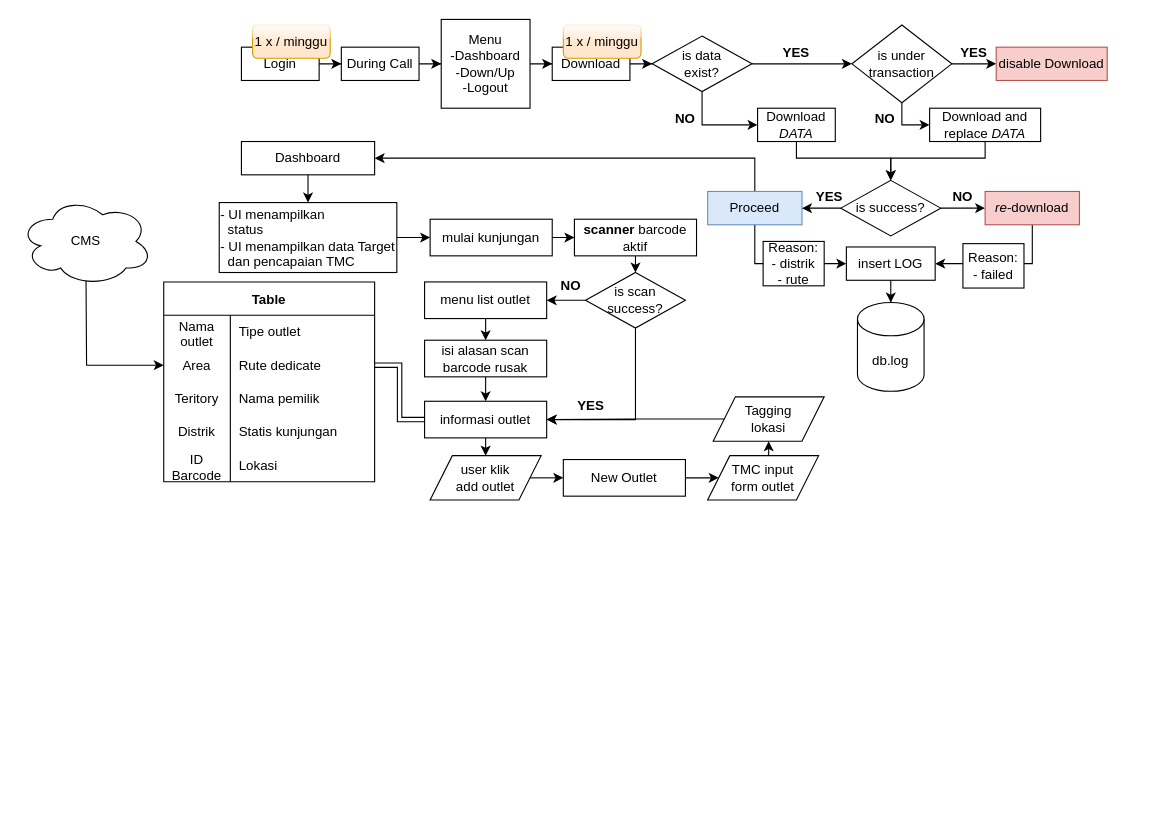
Before: Diagram Salesmanship.drawio in josua245/Maple, a draw.io diagram. Source tidied: cells renumbered, new cells numbered last; positions are measured from the earlier drawing's top-left corner, leaving out a move shared by most shapes. Both pictures are drawn from the tidied source at 111%, with x=0, y=0 at pixel (19, 19).
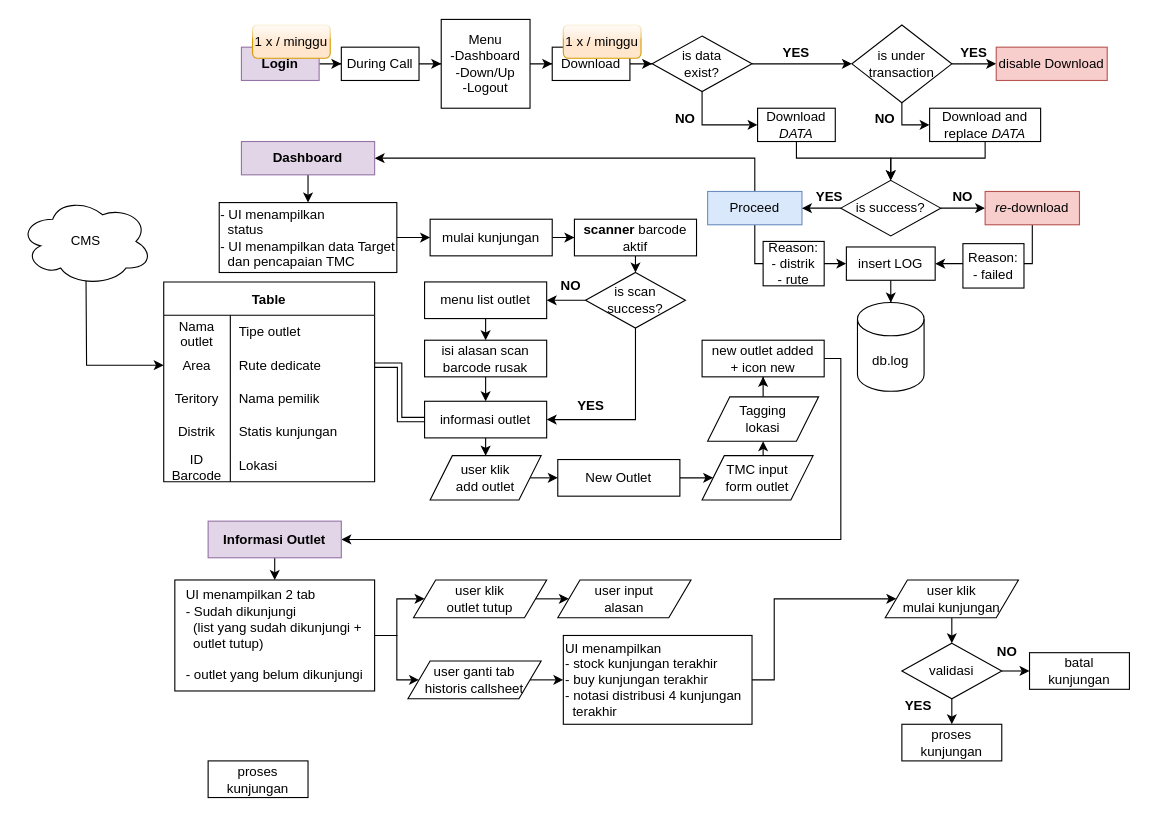
Above is the later version.

Unchanged cells that the change refers to:
```xml
<mxCell id="52" value="&lt;div style=&quot;&quot;&gt;informasi outlet&lt;/div&gt;" style="rounded=0;whiteSpace=wrap;html=1;glass=0;align=center;" parent="1" vertex="1">
  <mxGeometry x="365" y="344" width="110" height="33" as="geometry" />
</mxCell>
```

The edit, as a diff of the source:
```diff
@@
-    <mxCell id="3" value="Login" style="rounded=0;whiteSpace=wrap;html=1;" parent="1" vertex="1">
+    <mxCell id="3" value="Login" style="rounded=0;whiteSpace=wrap;html=1;fillColor=#e1d5e7;strokeColor=#9673a6;fontStyle=1;" parent="1" vertex="1">
       <mxGeometry x="200" y="25" width="70" height="30" as="geometry" />
     </mxCell>
@@
-    <mxCell id="45" value="Dashboard" style="rounded=0;whiteSpace=wrap;html=1;glass=0;" parent="1" vertex="1">
+    <mxCell id="45" value="Dashboard" style="rounded=0;whiteSpace=wrap;html=1;glass=0;fillColor=#e1d5e7;strokeColor=#9673a6;fontStyle=1;" parent="1" vertex="1">
       <mxGeometry x="200" y="110" width="120" height="30" as="geometry" />
     </mxCell>
@@
     <mxCell id="81" value="New Outlet" style="rounded=0;whiteSpace=wrap;html=1;glass=0;align=center;" parent="1" vertex="1">
-      <mxGeometry x="490" y="396.5" width="110" height="33" as="geometry" />
+      <mxGeometry x="485" y="396.5" width="110" height="33" as="geometry" />
     </mxCell>
@@
     <mxCell id="83" value="TMC input&lt;br&gt;form outlet" style="shape=parallelogram;perimeter=parallelogramPerimeter;whiteSpace=wrap;html=1;fixedSize=1;rounded=0;glass=0;" parent="1" vertex="1">
-      <mxGeometry x="620" y="393" width="100" height="40" as="geometry" />
+      <mxGeometry x="615" y="393" width="100" height="40" as="geometry" />
     </mxCell>
-    <mxCell id="84" style="edgeStyle=orthogonalEdgeStyle;rounded=0;jettySize=auto;html=1;entryX=1;entryY=0.5;entryDx=0;entryDy=0;" parent="1" edge="1" source="85" target="52">
-      <mxGeometry relative="1" as="geometry" />
-    </mxCell>
+    <mxCell id="88" style="edgeStyle=orthogonalEdgeStyle;rounded=0;jettySize=auto;html=1;" parent="1" edge="1" source="85" target="90">
+      <mxGeometry relative="1" as="geometry" />
+    </mxCell>
     <mxCell id="85" value="Tagging &lt;br&gt;lokasi" style="shape=parallelogram;perimeter=parallelogramPerimeter;whiteSpace=wrap;html=1;fixedSize=1;rounded=0;glass=0;" parent="1" vertex="1">
-      <mxGeometry x="625" y="340" width="100" height="40" as="geometry" />
+      <mxGeometry x="620" y="340" width="100" height="40" as="geometry" />
     </mxCell>
@@
+    <mxCell id="89" style="edgeStyle=orthogonalEdgeStyle;rounded=0;jettySize=auto;html=1;entryX=1;entryY=0.5;entryDx=0;entryDy=0;" parent="1" edge="1" source="90" target="92">
+      <mxGeometry relative="1" as="geometry">
+        <Array as="points">
+          <mxPoint x="740" y="306" />
+          <mxPoint x="740" y="469" />
+        </Array>
+      </mxGeometry>
+    </mxCell>
+    <mxCell id="90" value="new outlet added&lt;br&gt;+ icon new" style="rounded=0;whiteSpace=wrap;html=1;glass=0;align=center;" parent="1" vertex="1">
+      <mxGeometry x="615" y="289" width="110" height="33" as="geometry" />
+    </mxCell>
+    <mxCell id="91" style="edgeStyle=orthogonalEdgeStyle;rounded=0;jettySize=auto;html=1;exitX=0.5;exitY=1;exitDx=0;exitDy=0;entryX=0.5;entryY=0;entryDx=0;entryDy=0;" parent="1" edge="1" source="92" target="95">
+      <mxGeometry relative="1" as="geometry" />
+    </mxCell>
+    <mxCell id="92" value="&lt;div style=&quot;&quot;&gt;Informasi Outlet&lt;/div&gt;" style="rounded=0;whiteSpace=wrap;html=1;glass=0;align=center;fillColor=#e1d5e7;strokeColor=#9673a6;fontStyle=1;" parent="1" vertex="1">
+      <mxGeometry x="170" y="452" width="120" height="33" as="geometry" />
+    </mxCell>
+    <mxCell id="93" style="edgeStyle=orthogonalEdgeStyle;rounded=0;jettySize=auto;html=1;exitX=1;exitY=0.5;exitDx=0;exitDy=0;entryX=0;entryY=0.5;entryDx=0;entryDy=0;" parent="1" edge="1" source="95" target="98">
+      <mxGeometry relative="1" as="geometry" />
+    </mxCell>
+    <mxCell id="94" style="edgeStyle=orthogonalEdgeStyle;rounded=0;jettySize=auto;html=1;entryX=0;entryY=0.5;entryDx=0;entryDy=0;" parent="1" edge="1" source="95" target="102">
+      <mxGeometry relative="1" as="geometry" />
+    </mxCell>
+    <mxCell id="95" value="&lt;div style=&quot;text-align: left;&quot;&gt;UI menampilkan 2 tab&lt;/div&gt;&lt;div style=&quot;text-align: left;&quot;&gt;- Sudah dikunjungi&lt;/div&gt;&lt;div style=&quot;text-align: left;&quot;&gt;&amp;nbsp; (list yang sudah dikunjungi + &lt;br&gt;&amp;nbsp; outlet tutup)&lt;/div&gt;&lt;div style=&quot;text-align: left;&quot;&gt;&lt;br&gt;&lt;/div&gt;&lt;div style=&quot;text-align: left;&quot;&gt;- outlet yang belum dikunjungi&lt;/div&gt;" style="rounded=0;whiteSpace=wrap;html=1;glass=0;" parent="1" vertex="1">
+      <mxGeometry x="140" y="505" width="180" height="100" as="geometry" />
+    </mxCell>
+    <mxCell id="96" style="edgeStyle=orthogonalEdgeStyle;rounded=0;jettySize=auto;html=1;entryX=0;entryY=0.5;entryDx=0;entryDy=0;exitX=1;exitY=0.5;exitDx=0;exitDy=0;" parent="1" edge="1" source="98" target="97">
+      <mxGeometry relative="1" as="geometry" />
+    </mxCell>
+    <mxCell id="97" value="user input &lt;br&gt;alasan" style="shape=parallelogram;perimeter=parallelogramPerimeter;whiteSpace=wrap;html=1;fixedSize=1;rounded=0;glass=0;" parent="1" vertex="1">
+      <mxGeometry x="485" y="505" width="120" height="34" as="geometry" />
+    </mxCell>
+    <mxCell id="98" value="user klik&lt;br&gt;outlet tutup" style="shape=parallelogram;perimeter=parallelogramPerimeter;whiteSpace=wrap;html=1;fixedSize=1;rounded=0;glass=0;" parent="1" vertex="1">
+      <mxGeometry x="355" y="505" width="120" height="34" as="geometry" />
+    </mxCell>
+    <mxCell id="99" style="edgeStyle=orthogonalEdgeStyle;rounded=0;jettySize=auto;html=1;entryX=0.5;entryY=0;entryDx=0;entryDy=0;" parent="1" edge="1" source="100" target="107">
+      <mxGeometry relative="1" as="geometry" />
+    </mxCell>
+    <mxCell id="100" value="user klik&lt;br&gt;mulai kunjungan" style="shape=parallelogram;perimeter=parallelogramPerimeter;whiteSpace=wrap;html=1;fixedSize=1;rounded=0;glass=0;" parent="1" vertex="1">
+      <mxGeometry x="780" y="505" width="120" height="34" as="geometry" />
+    </mxCell>
+    <mxCell id="101" style="edgeStyle=orthogonalEdgeStyle;rounded=0;jettySize=auto;html=1;exitX=1;exitY=0.5;exitDx=0;exitDy=0;entryX=0;entryY=0.5;entryDx=0;entryDy=0;" parent="1" edge="1" source="102" target="104">
+      <mxGeometry relative="1" as="geometry" />
+    </mxCell>
+    <mxCell id="102" value="user ganti tab&lt;br&gt;historis callsheet" style="shape=parallelogram;perimeter=parallelogramPerimeter;whiteSpace=wrap;html=1;fixedSize=1;rounded=0;glass=0;" parent="1" vertex="1">
+      <mxGeometry x="350" y="578" width="120" height="34" as="geometry" />
+    </mxCell>
+    <mxCell id="103" style="edgeStyle=orthogonalEdgeStyle;rounded=0;jettySize=auto;html=1;exitX=1;exitY=0.5;exitDx=0;exitDy=0;entryX=0;entryY=0.5;entryDx=0;entryDy=0;" parent="1" edge="1" source="104" target="100">
+      <mxGeometry relative="1" as="geometry">
+        <Array as="points">
+          <mxPoint x="680" y="595" />
+          <mxPoint x="680" y="522" />
+        </Array>
+      </mxGeometry>
+    </mxCell>
+    <mxCell id="104" value="UI menampilkan&lt;br&gt;- stock kunjungan terakhir&lt;br&gt;- buy kunjungan terakhir&lt;br&gt;- notasi distribusi 4 kunjungan &lt;br&gt;&amp;nbsp; terakhir" style="rounded=0;whiteSpace=wrap;html=1;glass=0;align=left;" parent="1" vertex="1">
+      <mxGeometry x="490" y="555" width="170" height="80" as="geometry" />
+    </mxCell>
+    <mxCell id="105" style="edgeStyle=orthogonalEdgeStyle;rounded=0;jettySize=auto;html=1;exitX=0.5;exitY=1;exitDx=0;exitDy=0;entryX=0.5;entryY=0;entryDx=0;entryDy=0;" parent="1" edge="1" source="107" target="109">
+      <mxGeometry relative="1" as="geometry" />
+    </mxCell>
+    <mxCell id="106" style="edgeStyle=orthogonalEdgeStyle;rounded=0;jettySize=auto;html=1;exitX=1;exitY=0.5;exitDx=0;exitDy=0;entryX=0;entryY=0.5;entryDx=0;entryDy=0;" parent="1" edge="1" source="107" target="108">
+      <mxGeometry relative="1" as="geometry" />
+    </mxCell>
+    <mxCell id="107" value="validasi" style="rhombus;whiteSpace=wrap;html=1;rounded=0;glass=0;" parent="1" vertex="1">
+      <mxGeometry x="795" y="562" width="90" height="50" as="geometry" />
+    </mxCell>
+    <mxCell id="108" value="&lt;div style=&quot;&quot;&gt;batal &lt;br&gt;kunjungan&lt;/div&gt;" style="rounded=0;whiteSpace=wrap;html=1;glass=0;align=center;" parent="1" vertex="1">
+      <mxGeometry x="910" y="570.5" width="90" height="33" as="geometry" />
+    </mxCell>
+    <mxCell id="109" value="&lt;div style=&quot;&quot;&gt;proses kunjungan&lt;/div&gt;" style="rounded=0;whiteSpace=wrap;html=1;glass=0;align=center;" parent="1" vertex="1">
+      <mxGeometry x="795" y="635" width="90" height="33" as="geometry" />
+    </mxCell>
+    <mxCell id="110" value="&lt;b&gt;YES&lt;/b&gt;" style="text;html=1;strokeColor=none;fillColor=none;align=center;verticalAlign=middle;whiteSpace=wrap;rounded=0;glass=1;" parent="1" vertex="1">
+      <mxGeometry x="780" y="603.5" width="60" height="30" as="geometry" />
+    </mxCell>
+    <mxCell id="111" value="&lt;b&gt;NO&lt;/b&gt;" style="text;html=1;strokeColor=none;fillColor=none;align=center;verticalAlign=middle;whiteSpace=wrap;rounded=0;glass=1;" parent="1" vertex="1">
+      <mxGeometry x="860" y="555" width="60" height="30" as="geometry" />
+    </mxCell>
+    <mxCell id="112" value="&lt;div style=&quot;&quot;&gt;proses kunjungan&lt;/div&gt;" style="rounded=0;whiteSpace=wrap;html=1;glass=0;align=center;" parent="1" vertex="1">
+      <mxGeometry x="170" y="668" width="90" height="33" as="geometry" />
+    </mxCell>
```
